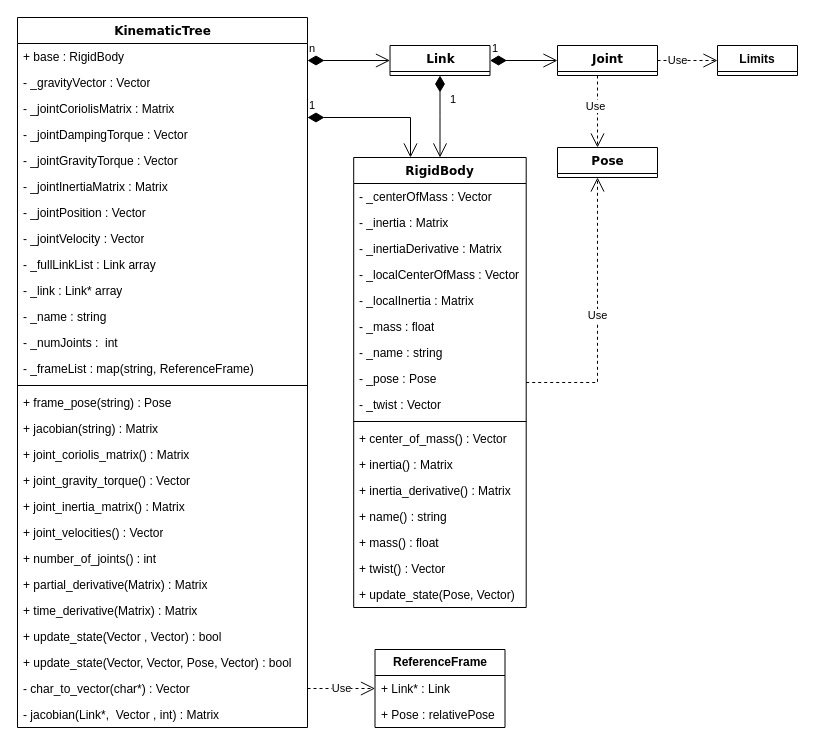
Before: page "KinematicTree" (2 of 2) of Model/doc/ModelClassDiagrams.drawio in Woolfrey/software_robot_library, a draw.io diagram. Source tidied: cells renumbered, new cells numbered last; positions are measured from the earlier drawing's top-left corner, leaving out a move shared by most shapes. Both pictures are drawn from the tidied source at 100%, with x=0, y=0 at pixel (17, 17).
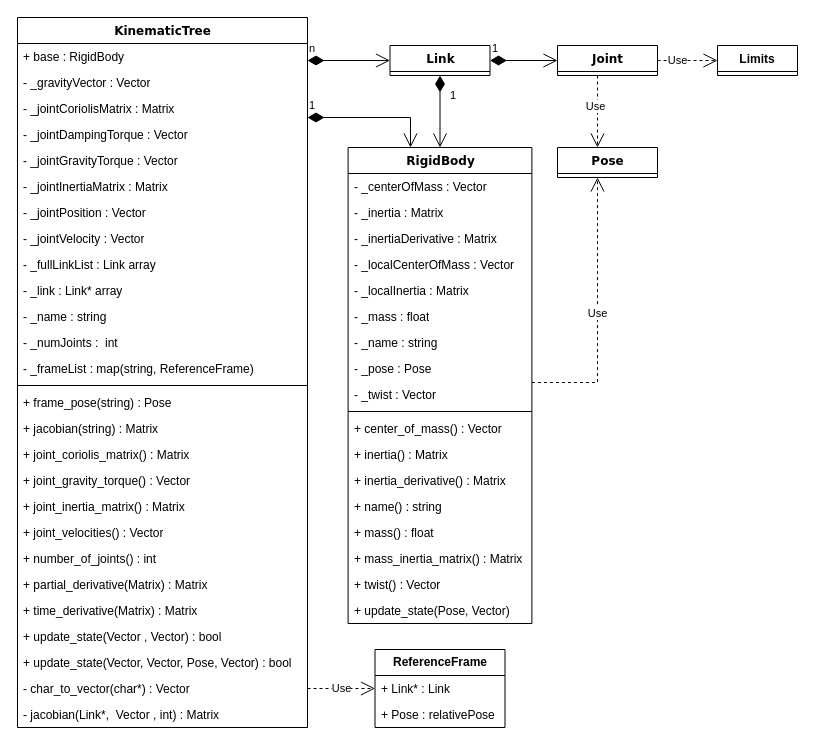
After the change.

What changed in the source:
```diff
@@
     <mxCell id="2" value="RigidBody" style="swimlane;html=1;fontStyle=1;align=center;verticalAlign=top;horizontal=1;startSize=26;swimlaneFillColor=none;rounded=0;shadow=0;comic=0;labelBackgroundColor=none;strokeWidth=1;fillColor=none;fontFamily=Verdana;fontSize=12;" parent="1" vertex="1">
-      <mxGeometry x="336.2" y="140" width="172.5" height="450" as="geometry" />
+      <mxGeometry x="330.6" y="130" width="183.8" height="476" as="geometry" />
     </mxCell>
     <mxCell id="3" value="- _centerOfMass : Vector" style="text;html=1;fillColor=none;align=left;verticalAlign=top;spacingLeft=4;spacingRight=4;whiteSpace=wrap;overflow=hidden;" parent="2" vertex="1">
-      <mxGeometry y="26" width="172.5" height="26" as="geometry" />
+      <mxGeometry y="26" width="183.8" height="26" as="geometry" />
     </mxCell>
     <mxCell id="4" value="- _inertia : Matrix" style="text;html=1;fillColor=none;align=left;verticalAlign=top;spacingLeft=4;spacingRight=4;whiteSpace=wrap;overflow=hidden;" parent="2" vertex="1">
-      <mxGeometry y="52" width="172.5" height="26" as="geometry" />
+      <mxGeometry y="52" width="183.8" height="26" as="geometry" />
     </mxCell>
     <mxCell id="5" value="- _inertiaDerivative : Matrix" style="text;html=1;fillColor=none;align=left;verticalAlign=top;spacingLeft=4;spacingRight=4;whiteSpace=wrap;overflow=hidden;" parent="2" vertex="1">
-      <mxGeometry y="78" width="172.5" height="26" as="geometry" />
+      <mxGeometry y="78" width="183.8" height="26" as="geometry" />
     </mxCell>
     <mxCell id="6" value="- _localCenterOfMass : Vector" style="text;html=1;fillColor=none;align=left;verticalAlign=top;spacingLeft=4;spacingRight=4;whiteSpace=wrap;overflow=hidden;" parent="2" vertex="1">
-      <mxGeometry y="104" width="172.5" height="26" as="geometry" />
+      <mxGeometry y="104" width="183.8" height="26" as="geometry" />
     </mxCell>
     <mxCell id="7" value="- _localInertia : Matrix" style="text;html=1;fillColor=none;align=left;verticalAlign=top;spacingLeft=4;spacingRight=4;whiteSpace=wrap;overflow=hidden;" parent="2" vertex="1">
-      <mxGeometry y="130" width="172.5" height="26" as="geometry" />
+      <mxGeometry y="130" width="183.8" height="26" as="geometry" />
     </mxCell>
     <mxCell id="8" value="- _mass : float" style="text;html=1;fillColor=none;align=left;verticalAlign=top;spacingLeft=4;spacingRight=4;whiteSpace=wrap;overflow=hidden;" parent="2" vertex="1">
-      <mxGeometry y="156" width="172.5" height="26" as="geometry" />
+      <mxGeometry y="156" width="183.8" height="26" as="geometry" />
     </mxCell>
     <mxCell id="9" value="- _name : string" style="text;html=1;fillColor=none;align=left;verticalAlign=top;spacingLeft=4;spacingRight=4;whiteSpace=wrap;overflow=hidden;" parent="2" vertex="1">
-      <mxGeometry y="182" width="172.5" height="26" as="geometry" />
+      <mxGeometry y="182" width="183.8" height="26" as="geometry" />
     </mxCell>
     <mxCell id="10" value="- _pose : Pose" style="text;html=1;fillColor=none;align=left;verticalAlign=top;spacingLeft=4;spacingRight=4;whiteSpace=wrap;overflow=hidden;" parent="2" vertex="1">
-      <mxGeometry y="208" width="172.5" height="26" as="geometry" />
+      <mxGeometry y="208" width="183.8" height="26" as="geometry" />
     </mxCell>
     <mxCell id="11" value="- _twist : Vector" style="text;html=1;fillColor=none;align=left;verticalAlign=top;spacingLeft=4;spacingRight=4;whiteSpace=wrap;overflow=hidden;" parent="2" vertex="1">
-      <mxGeometry y="234" width="172.5" height="26" as="geometry" />
+      <mxGeometry y="234" width="183.8" height="26" as="geometry" />
     </mxCell>
     <mxCell id="12" style="line;html=1;strokeWidth=1;fillColor=none;align=left;verticalAlign=middle;spacingTop=-1;spacingLeft=3;spacingRight=3;labelPosition=right;gradientColor=none;" parent="2" vertex="1">
-      <mxGeometry y="260" width="172.5" height="8" as="geometry" />
+      <mxGeometry y="260" width="183.8" height="8" as="geometry" />
     </mxCell>
     <mxCell id="13" value="+ center_of_mass() : Vector" style="text;html=1;fillColor=none;align=left;verticalAlign=top;spacingLeft=4;spacingRight=4;whiteSpace=wrap;overflow=hidden;" parent="2" vertex="1">
-      <mxGeometry y="268" width="172.5" height="26" as="geometry" />
+      <mxGeometry y="268" width="183.8" height="26" as="geometry" />
     </mxCell>
     <mxCell id="14" value="+ inertia() : Matrix" style="text;html=1;fillColor=none;align=left;verticalAlign=top;spacingLeft=4;spacingRight=4;whiteSpace=wrap;overflow=hidden;" parent="2" vertex="1">
-      <mxGeometry y="294" width="172.5" height="26" as="geometry" />
+      <mxGeometry y="294" width="183.8" height="26" as="geometry" />
     </mxCell>
     <mxCell id="15" value="+ inertia_derivative() : Matrix" style="text;html=1;fillColor=none;align=left;verticalAlign=top;spacingLeft=4;spacingRight=4;whiteSpace=wrap;overflow=hidden;" parent="2" vertex="1">
-      <mxGeometry y="320" width="172.5" height="26" as="geometry" />
+      <mxGeometry y="320" width="183.8" height="26" as="geometry" />
     </mxCell>
     <mxCell id="16" value="+ name() : string" style="text;html=1;fillColor=none;align=left;verticalAlign=top;spacingLeft=4;spacingRight=4;whiteSpace=wrap;overflow=hidden;" parent="2" vertex="1">
-      <mxGeometry y="346" width="172.5" height="26" as="geometry" />
+      <mxGeometry y="346" width="183.8" height="26" as="geometry" />
     </mxCell>
     <mxCell id="17" value="+ mass() : float" style="text;html=1;fillColor=none;align=left;verticalAlign=top;spacingLeft=4;spacingRight=4;whiteSpace=wrap;overflow=hidden;" parent="2" vertex="1">
-      <mxGeometry y="372" width="172.5" height="26" as="geometry" />
+      <mxGeometry y="372" width="183.8" height="26" as="geometry" />
     </mxCell>
+    <mxCell id="63" value="+ mass_inertia_matrix() : Matrix" style="text;html=1;fillColor=none;align=left;verticalAlign=top;spacingLeft=4;spacingRight=4;whiteSpace=wrap;overflow=hidden;" parent="2" vertex="1">
+      <mxGeometry y="398" width="183.8" height="26" as="geometry" />
+    </mxCell>
     <mxCell id="18" value="+ twist() : Vector" style="text;html=1;fillColor=none;align=left;verticalAlign=top;spacingLeft=4;spacingRight=4;whiteSpace=wrap;overflow=hidden;" parent="2" vertex="1">
-      <mxGeometry y="398" width="172.5" height="26" as="geometry" />
+      <mxGeometry y="424" width="183.8" height="26" as="geometry" />
     </mxCell>
     <mxCell id="19" value="+ update_state(Pose, Vector)" style="text;html=1;fillColor=none;align=left;verticalAlign=top;spacingLeft=4;spacingRight=4;whiteSpace=wrap;overflow=hidden;" parent="2" vertex="1">
-      <mxGeometry y="424" width="172.5" height="26" as="geometry" />
+      <mxGeometry y="450" width="183.8" height="26" as="geometry" />
     </mxCell>
```
